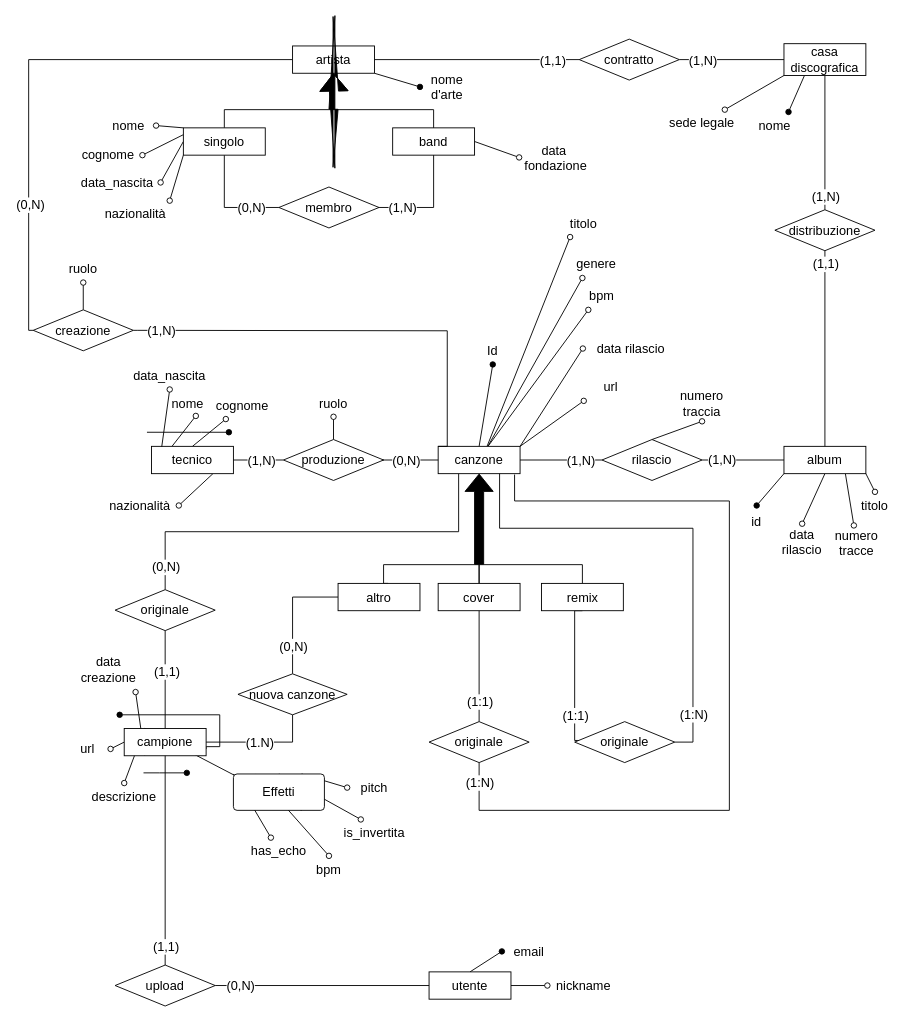
Above: diagramma er v2.drawio in Stef4noo/materiale-progetto-basi (draw.io), before the change. Source tidied: cells renumbered, new cells numbered last; positions are measured from the earlier drawing's top-left corner, leaving out a move shared by most shapes. Both pictures are drawn from the tidied source at 91%, with x=0, y=0 at pixel (28, 38).
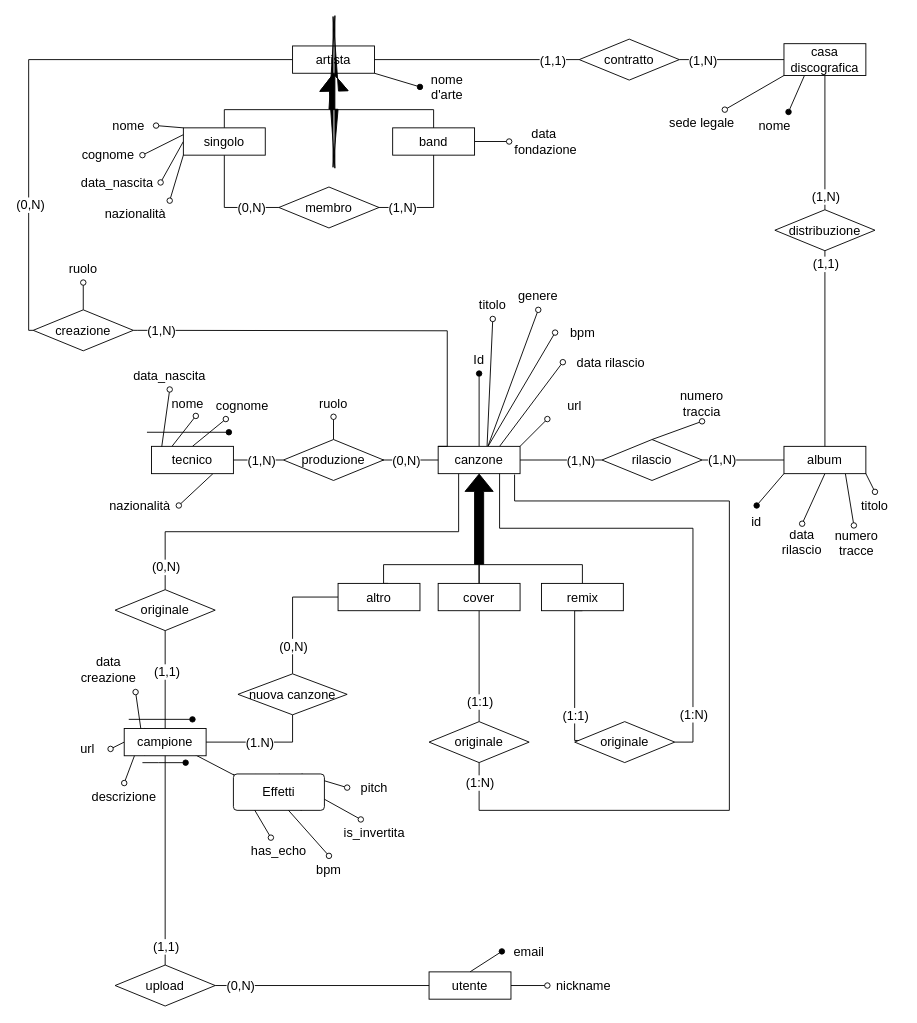
Above is the later version.

The change refers to these unchanged cells:
```xml
<mxCell id="10" value="canzone" style="whiteSpace=wrap;html=1;align=center;labelBackgroundColor=none;fontSize=14;" parent="1" vertex="1">
  <mxGeometry x="450" y="448" width="90" height="30" as="geometry" />
</mxCell>
<mxCell id="21" value="campione" style="whiteSpace=wrap;html=1;align=center;labelBackgroundColor=none;fontSize=14;" parent="1" vertex="1">
  <mxGeometry x="105" y="758" width="90" height="30" as="geometry" />
</mxCell>
```

Change to the diagram source:
```diff
@@
-    <mxCell id="3" style="rounded=0;jettySize=auto;html=1;exitX=1;exitY=0;exitDx=0;exitDy=0;entryX=0;entryY=0.5;entryDx=0;entryDy=0;endArrow=oval;endFill=0;fontSize=14;" parent="1" edge="1" source="10" target="100">
+    <mxCell id="3" style="rounded=0;jettySize=auto;html=1;exitX=0.75;exitY=0;exitDx=0;exitDy=0;entryX=0;entryY=0.5;entryDx=0;entryDy=0;endArrow=oval;endFill=0;fontSize=14;" parent="1" edge="1" source="10" target="100">
       <mxGeometry relative="1" as="geometry" />
     </mxCell>
-    <mxCell id="4" style="rounded=0;jettySize=auto;html=1;exitX=0.608;exitY=-0.007;exitDx=0;exitDy=0;endArrow=oval;endFill=0;entryX=0.25;entryY=1;entryDx=0;entryDy=0;fontSize=14;exitPerimeter=0;" parent="1" edge="1" source="10" target="101">
+    <mxCell id="4" style="rounded=0;jettySize=auto;html=1;exitX=0.608;exitY=-0.007;exitDx=0;exitDy=0;endArrow=oval;endFill=0;entryX=0.5;entryY=1;entryDx=0;entryDy=0;fontSize=14;exitPerimeter=0;" parent="1" edge="1" source="10" target="101">
       <mxGeometry relative="1" as="geometry" />
     </mxCell>
-    <mxCell id="5" style="rounded=0;jettySize=auto;html=1;exitX=0.597;exitY=0;exitDx=0;exitDy=0;endArrow=oval;endFill=0;entryX=0.25;entryY=1;entryDx=0;entryDy=0;exitPerimeter=0;fontSize=14;" parent="1" edge="1" source="10" target="102">
+    <mxCell id="5" style="rounded=0;jettySize=auto;html=1;exitX=0.597;exitY=0;exitDx=0;exitDy=0;endArrow=oval;endFill=0;entryX=0.5;entryY=1;entryDx=0;entryDy=0;exitPerimeter=0;fontSize=14;" parent="1" edge="1" source="10" target="102">
       <mxGeometry relative="1" as="geometry" />
     </mxCell>
-    <mxCell id="6" style="rounded=0;jettySize=auto;html=1;exitX=0.611;exitY=-0.011;exitDx=0;exitDy=0;endArrow=oval;endFill=0;entryX=0.25;entryY=1;entryDx=0;entryDy=0;fontSize=14;exitPerimeter=0;" parent="1" edge="1" source="10" target="116">
+    <mxCell id="6" style="rounded=0;jettySize=auto;html=1;exitX=0.611;exitY=-0.011;exitDx=0;exitDy=0;endArrow=oval;endFill=0;entryX=0;entryY=0.5;entryDx=0;entryDy=0;fontSize=14;exitPerimeter=0;" parent="1" edge="1" source="10" target="116">
       <mxGeometry relative="1" as="geometry" />
     </mxCell>
@@
-    <mxCell id="20" style="edgeStyle=orthogonalEdgeStyle;rounded=0;jettySize=auto;html=1;exitX=1;exitY=0.75;exitDx=0;exitDy=0;endArrow=oval;endFill=1;" parent="1" edge="1" source="21">
-      <mxGeometry relative="1" as="geometry">
-        <mxPoint x="100" y="743" as="targetPoint" />
-        <Array as="points">
-          <mxPoint x="195" y="778" />
-          <mxPoint x="210" y="778" />
-          <mxPoint x="210" y="743" />
-        </Array>
-      </mxGeometry>
-    </mxCell>
@@
     <mxCell id="99" value="Id" style="text;html=1;whiteSpace=wrap;strokeColor=none;fillColor=none;align=center;verticalAlign=middle;rounded=0;fontSize=14;" parent="1" vertex="1">
-      <mxGeometry x="480" y="328" width="60" height="30" as="geometry" />
+      <mxGeometry x="465" y="338" width="60" height="30" as="geometry" />
     </mxCell>
     <mxCell id="100" value="&lt;div&gt;data rilascio&lt;/div&gt;" style="text;html=1;whiteSpace=wrap;strokeColor=none;fillColor=none;align=center;verticalAlign=middle;rounded=0;fontSize=14;" parent="1" vertex="1">
-      <mxGeometry x="609" y="323" width="106" height="35" as="geometry" />
+      <mxGeometry x="587" y="338" width="106" height="35" as="geometry" />
     </mxCell>
     <mxCell id="101" value="genere" style="text;html=1;whiteSpace=wrap;strokeColor=none;fillColor=none;align=center;verticalAlign=middle;rounded=0;fontSize=14;" parent="1" vertex="1">
-      <mxGeometry x="593.5" y="233" width="60" height="30" as="geometry" />
+      <mxGeometry x="530" y="268" width="60" height="30" as="geometry" />
     </mxCell>
     <mxCell id="102" value="titolo" style="text;html=1;whiteSpace=wrap;strokeColor=none;fillColor=none;align=center;verticalAlign=middle;rounded=0;fontSize=14;" parent="1" vertex="1">
-      <mxGeometry x="580" y="188" width="60" height="30" as="geometry" />
+      <mxGeometry x="480" y="278" width="60" height="30" as="geometry" />
     </mxCell>
@@
     <mxCell id="116" value="bpm" style="text;html=1;whiteSpace=wrap;strokeColor=none;fillColor=none;align=center;verticalAlign=middle;rounded=0;fontSize=14;" parent="1" vertex="1">
-      <mxGeometry x="600" y="268" width="60" height="30" as="geometry" />
+      <mxGeometry x="578.5" y="308" width="60" height="30" as="geometry" />
     </mxCell>
@@
     <mxCell id="145" value="&lt;font style=&quot;font-size: 14px;&quot;&gt;url&lt;/font&gt;" style="text;html=1;whiteSpace=wrap;strokeColor=none;fillColor=none;align=center;verticalAlign=middle;rounded=0;" parent="1" vertex="1">
-      <mxGeometry x="610" y="368" width="60" height="30" as="geometry" />
+      <mxGeometry x="570" y="388" width="60" height="30" as="geometry" />
     </mxCell>
     <mxCell id="146" value="&lt;div&gt;data&amp;nbsp;&lt;/div&gt;&lt;div&gt;fondazione&lt;/div&gt;" style="text;html=1;whiteSpace=wrap;strokeColor=none;fillColor=none;align=center;verticalAlign=middle;rounded=0;fontSize=14;" parent="1" vertex="1">
-      <mxGeometry x="539" y="110.5" width="81" height="40" as="geometry" />
+      <mxGeometry x="528" y="93" width="81" height="40" as="geometry" />
     </mxCell>
     <mxCell id="147" style="edgeStyle=orthogonalEdgeStyle;rounded=0;orthogonalLoop=1;jettySize=auto;html=1;startArrow=oval;startFill=1;endArrow=none;endFill=0;fontSize=14;" parent="1" edge="1">
       <mxGeometry relative="1" as="geometry">
-        <mxPoint x="173.8" y="806.8" as="sourcePoint" />
-        <mxPoint x="126.2" y="806.8" as="targetPoint" />
+        <mxPoint x="172.5" y="795.6" as="sourcePoint" />
+        <mxPoint x="125" y="795.6" as="targetPoint" />
         <Array as="points">
-          <mxPoint x="143.8" y="807.1" />
-          <mxPoint x="63.8" y="807.1" />
+          <mxPoint x="142.5" y="795.8" />
+          <mxPoint x="62.5" y="795.8" />
         </Array>
       </mxGeometry>
     </mxCell>
+    <mxCell id="148" style="rounded=0;orthogonalLoop=1;jettySize=auto;html=1;startArrow=oval;startFill=1;endArrow=none;endFill=0;fontSize=14;" parent="1" edge="1">
+      <mxGeometry relative="1" as="geometry">
+        <mxPoint x="180" y="748" as="sourcePoint" />
+        <mxPoint x="110" y="748" as="targetPoint" />
+      </mxGeometry>
+    </mxCell>
```
